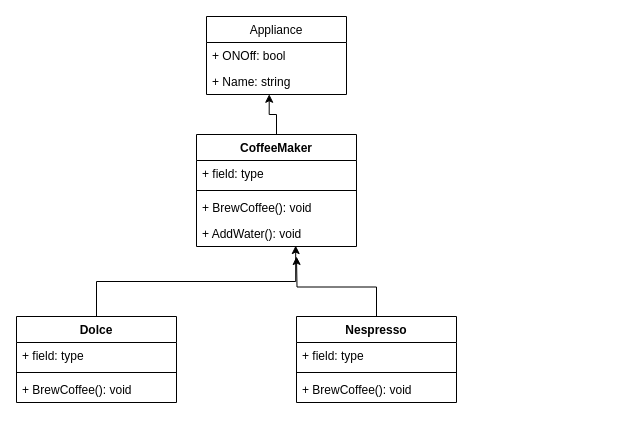
Earlier version of the draw.io diagram Diagram.drawio (AndreasBollNielsen/Kaffemaskine1). Source tidied: cells renumbered, new cells numbered last; positions are measured from the earlier drawing's top-left corner, leaving out a move shared by most shapes. Both pictures are drawn from the tidied source at 100%, with x=0, y=0 at pixel (16, 16).
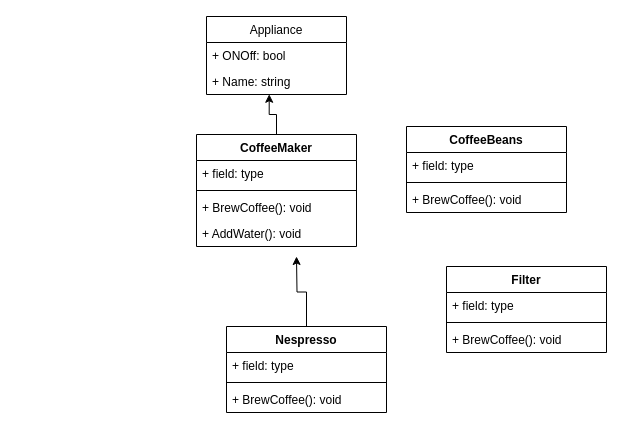
The same diagram, later.

Unchanged cells that the change refers to:
```xml
<mxCell id="10" value="+ AddWater(): void" style="text;strokeColor=none;fillColor=none;align=left;verticalAlign=top;spacingLeft=4;spacingRight=4;overflow=hidden;points=[[0,0.5],[1,0.5]];portConstraint=eastwest;" parent="6" vertex="1">
  <mxGeometry y="86" width="160" height="26" as="geometry" />
</mxCell>
```

Diff of the diagram source:
```diff
@@
-    <mxCell id="11" style="edgeStyle=orthogonalEdgeStyle;rounded=0;jettySize=auto;html=1;entryX=0.62;entryY=0.965;entryDx=0;entryDy=0;entryPerimeter=0;" parent="1" edge="1" source="12" target="10">
-      <mxGeometry relative="1" as="geometry" />
-    </mxCell>
-    <mxCell id="12" value="Dolce" style="swimlane;fontStyle=1;align=center;verticalAlign=top;horizontal=1;startSize=26;" parent="1" vertex="1">
-      <mxGeometry y="300" width="160" height="86" as="geometry" />
-    </mxCell>
-    <mxCell id="13" value="+ field: type" style="text;strokeColor=none;fillColor=none;align=left;verticalAlign=top;spacingLeft=4;spacingRight=4;overflow=hidden;" parent="12" vertex="1">
-      <mxGeometry y="26" width="160" height="26" as="geometry" />
-    </mxCell>
-    <mxCell id="14" style="line;strokeWidth=1;fillColor=none;align=left;verticalAlign=middle;spacingTop=-1;spacingLeft=3;spacingRight=3;labelPosition=right;" parent="12" vertex="1">
-      <mxGeometry y="52" width="160" height="8" as="geometry" />
-    </mxCell>
-    <mxCell id="15" value="+ BrewCoffee(): void" style="text;strokeColor=none;fillColor=none;align=left;verticalAlign=top;spacingLeft=4;spacingRight=4;overflow=hidden;" parent="12" vertex="1">
-      <mxGeometry y="60" width="160" height="26" as="geometry" />
-    </mxCell>
@@
     <mxCell id="17" value="Nespresso" style="swimlane;fontStyle=1;align=center;verticalAlign=top;horizontal=1;startSize=26;" parent="1" vertex="1">
-      <mxGeometry x="280" y="300" width="160" height="86" as="geometry" />
+      <mxGeometry x="210" y="310" width="160" height="86" as="geometry" />
     </mxCell>
@@
+    <mxCell id="21" value="CoffeeBeans" style="swimlane;fontStyle=1;align=center;verticalAlign=top;horizontal=1;startSize=26;" parent="1" vertex="1">
+      <mxGeometry x="390" y="110" width="160" height="86" as="geometry" />
+    </mxCell>
+    <mxCell id="22" value="+ field: type" style="text;strokeColor=none;fillColor=none;align=left;verticalAlign=top;spacingLeft=4;spacingRight=4;overflow=hidden;" parent="21" vertex="1">
+      <mxGeometry y="26" width="160" height="26" as="geometry" />
+    </mxCell>
+    <mxCell id="23" style="line;strokeWidth=1;fillColor=none;align=left;verticalAlign=middle;spacingTop=-1;spacingLeft=3;spacingRight=3;labelPosition=right;" parent="21" vertex="1">
+      <mxGeometry y="52" width="160" height="8" as="geometry" />
+    </mxCell>
+    <mxCell id="24" value="+ BrewCoffee(): void" style="text;strokeColor=none;fillColor=none;align=left;verticalAlign=top;spacingLeft=4;spacingRight=4;overflow=hidden;" parent="21" vertex="1">
+      <mxGeometry y="60" width="160" height="26" as="geometry" />
+    </mxCell>
+    <mxCell id="25" value="Filter" style="swimlane;fontStyle=1;align=center;verticalAlign=top;horizontal=1;startSize=26;" parent="1" vertex="1">
+      <mxGeometry x="430" y="250" width="160" height="86" as="geometry" />
+    </mxCell>
+    <mxCell id="26" value="+ field: type" style="text;strokeColor=none;fillColor=none;align=left;verticalAlign=top;spacingLeft=4;spacingRight=4;overflow=hidden;" parent="25" vertex="1">
+      <mxGeometry y="26" width="160" height="26" as="geometry" />
+    </mxCell>
+    <mxCell id="27" style="line;strokeWidth=1;fillColor=none;align=left;verticalAlign=middle;spacingTop=-1;spacingLeft=3;spacingRight=3;labelPosition=right;" parent="25" vertex="1">
+      <mxGeometry y="52" width="160" height="8" as="geometry" />
+    </mxCell>
+    <mxCell id="28" value="+ BrewCoffee(): void" style="text;strokeColor=none;fillColor=none;align=left;verticalAlign=top;spacingLeft=4;spacingRight=4;overflow=hidden;" parent="25" vertex="1">
+      <mxGeometry y="60" width="160" height="26" as="geometry" />
+    </mxCell>
```
